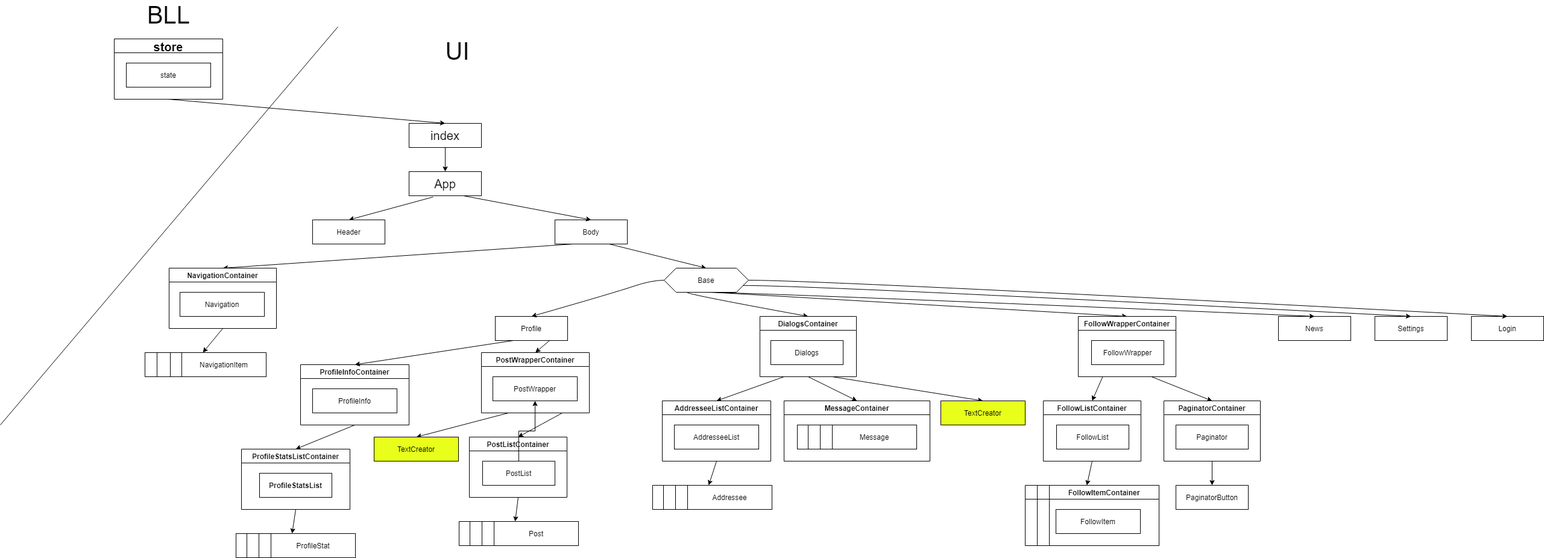
SailorStat/IT-Social keeps this draw.io diagram as Structure Diadram.png. Above is the earlier version. Source tidied: cells renumbered, new cells last; positions are measured from the earlier drawing's top-left corner, leaving out a move shared by most shapes.
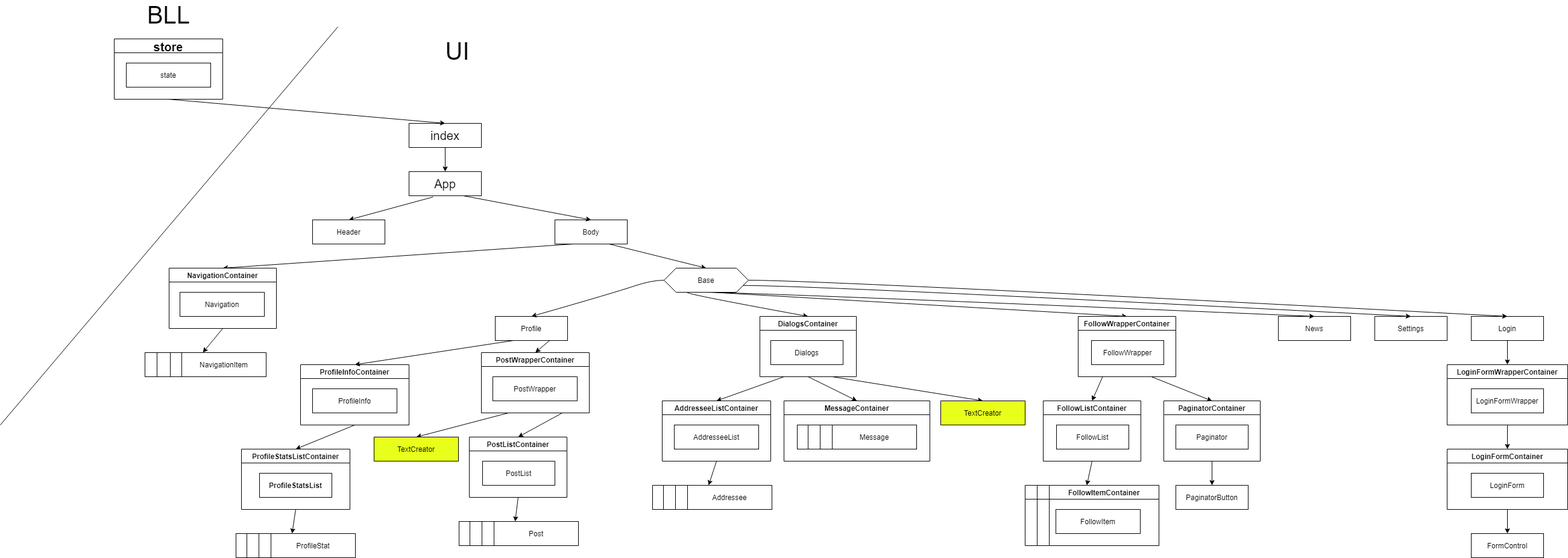
After the change.

What changed in the source:
```diff
@@ -47,6 +47,9 @@
     <mxCell id="16" value="Settings" style="rounded=0;whiteSpace=wrap;html=1;" parent="1" vertex="1">
       <mxGeometry x="2280" y="520" width="120" height="40" as="geometry" />
     </mxCell>
+    <mxCell id="97" style="edgeStyle=none;rounded=0;jettySize=auto;html=1;exitX=0.5;exitY=1;exitDx=0;exitDy=0;" parent="1" edge="1" source="17" target="99">
+      <mxGeometry relative="1" as="geometry" />
+    </mxCell>
     <mxCell id="17" value="Login" style="rounded=0;whiteSpace=wrap;html=1;" parent="1" vertex="1">
       <mxGeometry x="2440" y="520" width="120" height="40" as="geometry" />
     </mxCell>
@@ -226,9 +229,6 @@
     <mxCell id="67" value="NavigationItem" style="rounded=0;whiteSpace=wrap;html=1;" parent="63" vertex="1">
       <mxGeometry x="61" width="140" height="40" as="geometry" />
     </mxCell>
-    <mxCell id="68" style="edgeStyle=orthogonalEdgeStyle;rounded=0;jettySize=auto;html=1;" parent="1" edge="1" source="36" target="48">
-      <mxGeometry relative="1" as="geometry" />
-    </mxCell>
     <mxCell id="69" style="group;" parent="1" vertex="1">
       <mxGeometry x="761" y="860" width="198" height="40" as="geometry" />
     </mxCell>
@@ -321,5 +321,28 @@
     <mxCell id="96" value="FollowWrapper" style="rounded=0;whiteSpace=wrap;html=1;" parent="95" vertex="1">
       <mxGeometry x="22" y="40" width="120" height="40" as="geometry" />
     </mxCell>
+    <mxCell id="98" style="edgeStyle=none;rounded=0;jettySize=auto;html=1;exitX=0.5;exitY=1;exitDx=0;exitDy=0;entryX=0.5;entryY=0;entryDx=0;entryDy=0;" parent="1" edge="1" source="99" target="102">
+      <mxGeometry relative="1" as="geometry" />
+    </mxCell>
+    <mxCell id="99" value="LoginFormWrapperContainer" style="swimlane;" parent="1" vertex="1">
+      <mxGeometry x="2400" y="600" width="200" height="100" as="geometry" />
+    </mxCell>
+    <mxCell id="100" value="LoginFormWrapper" style="rounded=0;whiteSpace=wrap;html=1;" parent="99" vertex="1">
+      <mxGeometry x="40" y="40" width="120" height="40" as="geometry" />
+    </mxCell>
+    <mxCell id="101" style="rounded=0;jettySize=auto;html=1;exitX=0.5;exitY=1;exitDx=0;exitDy=0;" parent="1" edge="1" source="102">
+      <mxGeometry relative="1" as="geometry">
+        <mxPoint x="2500" y="880" as="targetPoint" />
+      </mxGeometry>
+    </mxCell>
+    <mxCell id="102" value="LoginFormContainer" style="swimlane;" parent="1" vertex="1">
+      <mxGeometry x="2400" y="740" width="200" height="100" as="geometry" />
+    </mxCell>
+    <mxCell id="103" value="LoginForm" style="rounded=0;whiteSpace=wrap;html=1;" parent="102" vertex="1">
+      <mxGeometry x="40" y="40" width="120" height="40" as="geometry" />
+    </mxCell>
+    <mxCell id="104" value="FormControl" style="rounded=0;whiteSpace=wrap;html=1;" parent="1" vertex="1">
+      <mxGeometry x="2440" y="880" width="120" height="40" as="geometry" />
+    </mxCell>
   </root>
 </mxGraphModel>
```
